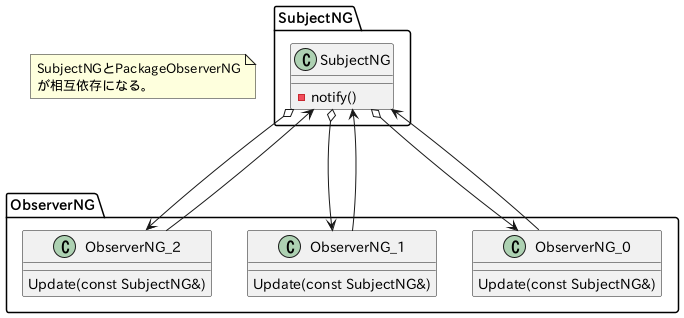
Before: plant_uml/observer_class_ng.png, a diagram exported from PlantUML (ichiroprogrammer/deep_cpp). The source it was exported from:
```plantuml
@startuml
scale max 700 width

package "SubjectNG" as SubjectNG_Pkg {
    class SubjectNG {
        -notify()
    }
}

package ObserverNG {
    class ObserverNG_2 {
        Update(const SubjectNG&)
    }

    class ObserverNG_1 {
        Update(const SubjectNG&)
    }

    class ObserverNG_0 {
        Update(const SubjectNG&)
    }
}

SubjectNG o-down->   ObserverNG_0
SubjectNG o-down->   ObserverNG_1
SubjectNG o-down->   ObserverNG_2

ObserverNG_0 -up-->   SubjectNG
ObserverNG_1 -up-->   SubjectNG
ObserverNG_2 -up-->   SubjectNG

note as N
SubjectNGとPackageObserverNG
が相互依存になる。
end note

@enduml
```
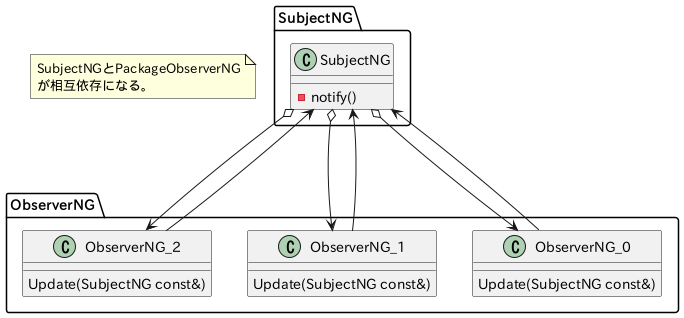
After the change.

Commit message:
apply east-const for pu

The edit, as a diff of the source:
```diff
@@ -9,15 +9,15 @@
 
 package ObserverNG {
     class ObserverNG_2 {
-        Update(const SubjectNG&)
+        Update(SubjectNG const&)
     }
 
     class ObserverNG_1 {
-        Update(const SubjectNG&)
+        Update(SubjectNG const&)
     }
 
     class ObserverNG_0 {
-        Update(const SubjectNG&)
+        Update(SubjectNG const&)
     }
 }
 
```
